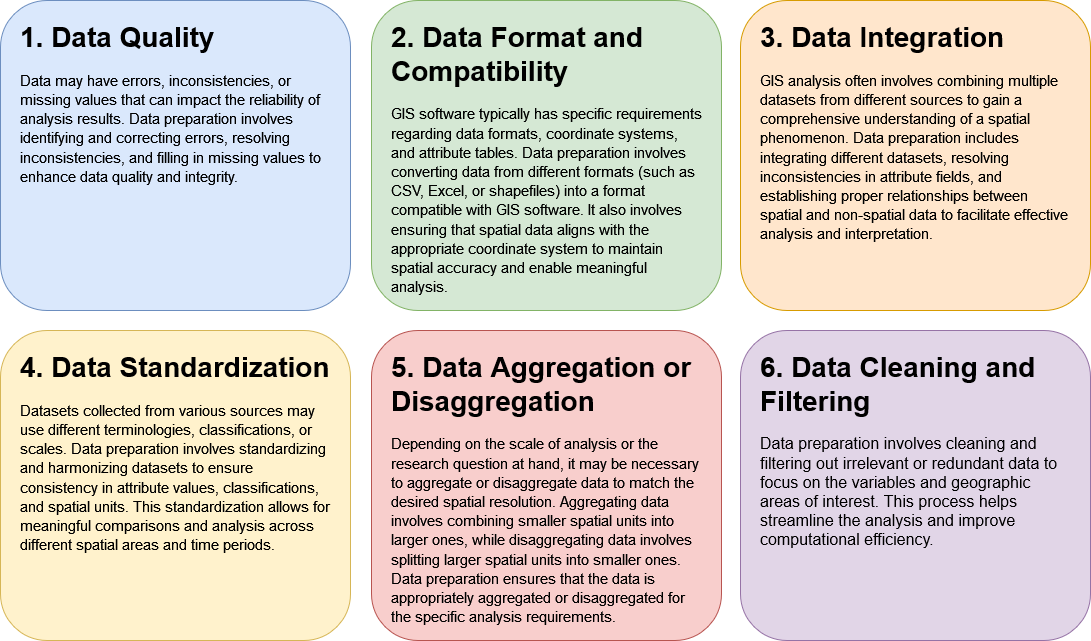
Before: Assets/3_Theory/3_Theory_data_preperation_reasons.drawio.png, a diagram exported from draw.io (haseeb-cb/fundamentals-of-gis). Source tidied: cells renumbered, new cells last; positions are measured from the earlier drawing's top-left corner, leaving out a move shared by most shapes.
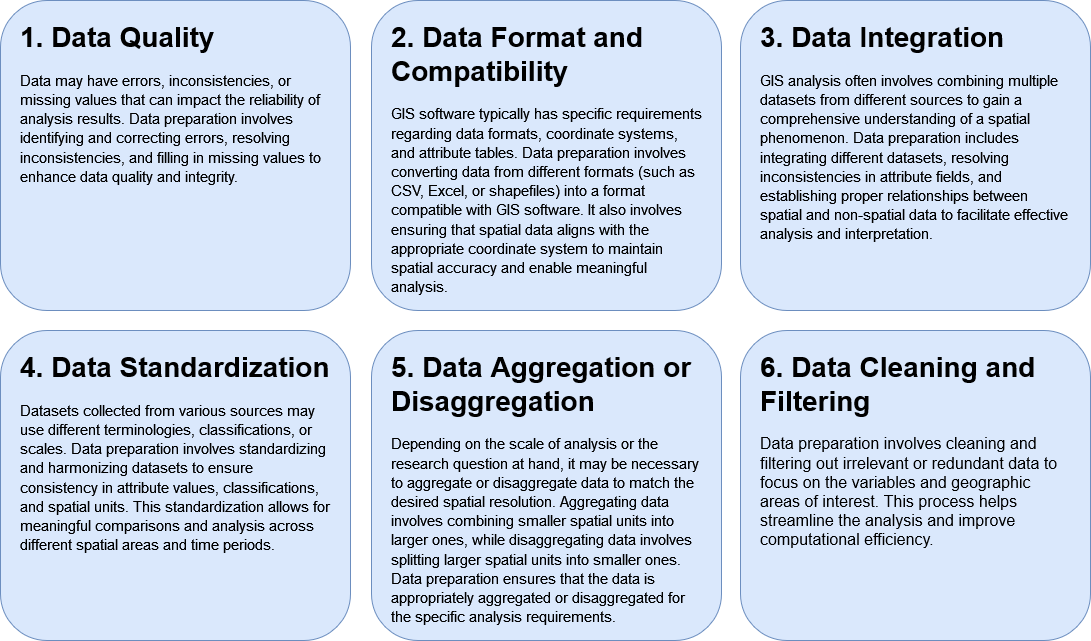
Above is the later version.

What changed in the source:
```diff
@@ -2,7 +2,7 @@
   <root>
     <mxCell id="0" />
     <mxCell id="1" parent="0" />
-    <mxCell id="2" style="rounded=1;whiteSpace=wrap;html=1;fillColor=#d5e8d4;strokeColor=#82b366;" parent="1" vertex="1">
+    <mxCell id="2" style="rounded=1;whiteSpace=wrap;html=1;fillColor=#dae8fc;strokeColor=#6c8ebf;" parent="1" vertex="1">
       <mxGeometry x="371" width="350" height="310" as="geometry" />
     </mxCell>
     <mxCell id="3" value="&lt;h1&gt;&lt;font style=&quot;font-size: 28px;&quot;&gt;&lt;font style=&quot;font-size: 28px;&quot;&gt;2. Data Format and Compatibility&lt;/font&gt;&lt;/font&gt;&lt;/h1&gt;&lt;p style=&quot;font-size: 16px;&quot;&gt;&lt;font style=&quot;font-size: 16px;&quot;&gt;&lt;font style=&quot;font-size: 16px;&quot;&gt;&lt;font style=&quot;font-size: 15px;&quot;&gt;GIS software typically has specific requirements regarding data formats, coordinate systems, and attribute tables. Data preparation involves converting data from different formats (such as CSV, Excel, or shapefiles) into a format compatible with GIS software. It also involves ensuring that spatial data aligns with the appropriate coordinate system to maintain spatial accuracy and enable meaningful analysis.&lt;/font&gt;&lt;/font&gt;&lt;/font&gt;&lt;/p&gt;" style="text;html=1;strokeColor=none;fillColor=none;spacing=5;spacingTop=-20;whiteSpace=wrap;overflow=hidden;rounded=0;" parent="1" vertex="1">
@@ -14,25 +14,25 @@
     <mxCell id="5" value="&lt;h1&gt;&lt;font style=&quot;font-size: 28px;&quot;&gt;&lt;font style=&quot;font-size: 28px;&quot;&gt;1. Data Quality&lt;br&gt;&lt;/font&gt;&lt;/font&gt;&lt;/h1&gt;&lt;p style=&quot;font-size: 16px;&quot;&gt;&lt;font style=&quot;font-size: 16px;&quot;&gt;&lt;font style=&quot;font-size: 16px;&quot;&gt;&lt;font style=&quot;font-size: 15px;&quot;&gt;Data may have errors, inconsistencies, or missing values that can impact the reliability of analysis results. Data preparation involves identifying and correcting errors, resolving inconsistencies, and filling in missing values to enhance data quality and integrity.&lt;/font&gt;&lt;/font&gt;&lt;/font&gt;&lt;/p&gt;" style="text;html=1;strokeColor=none;fillColor=none;spacing=5;spacingTop=-20;whiteSpace=wrap;overflow=hidden;rounded=0;" parent="1" vertex="1">
       <mxGeometry x="15" y="15" width="320" height="280" as="geometry" />
     </mxCell>
-    <mxCell id="6" style="rounded=1;whiteSpace=wrap;html=1;fillColor=#ffe6cc;strokeColor=#d79b00;" parent="1" vertex="1">
+    <mxCell id="6" style="rounded=1;whiteSpace=wrap;html=1;fillColor=#dae8fc;strokeColor=#6c8ebf;" parent="1" vertex="1">
       <mxGeometry x="740" width="350" height="310" as="geometry" />
     </mxCell>
     <mxCell id="7" value="&lt;h1&gt;&lt;font style=&quot;font-size: 28px;&quot;&gt;&lt;font style=&quot;font-size: 28px;&quot;&gt;3. Data Integration&lt;br&gt;&lt;/font&gt;&lt;/font&gt;&lt;/h1&gt;&lt;p style=&quot;font-size: 16px;&quot;&gt;&lt;font style=&quot;font-size: 16px;&quot;&gt;&lt;font style=&quot;font-size: 16px;&quot;&gt;&lt;font style=&quot;font-size: 15px;&quot;&gt;GIS analysis often involves combining multiple datasets from different sources to gain a comprehensive understanding of a spatial phenomenon. Data preparation includes integrating different datasets, resolving inconsistencies in attribute fields, and establishing proper relationships between spatial and non-spatial data to facilitate effective analysis and interpretation.&lt;/font&gt;&lt;/font&gt;&lt;/font&gt;&lt;/p&gt;" style="text;html=1;strokeColor=none;fillColor=none;spacing=5;spacingTop=-20;whiteSpace=wrap;overflow=hidden;rounded=0;" parent="1" vertex="1">
       <mxGeometry x="755" y="15" width="320" height="280" as="geometry" />
     </mxCell>
-    <mxCell id="8" style="rounded=1;whiteSpace=wrap;html=1;fillColor=#fff2cc;strokeColor=#d6b656;" parent="1" vertex="1">
+    <mxCell id="8" style="rounded=1;whiteSpace=wrap;html=1;fillColor=#dae8fc;strokeColor=#6c8ebf;" parent="1" vertex="1">
       <mxGeometry y="330" width="350" height="310" as="geometry" />
     </mxCell>
     <mxCell id="9" value="&lt;h1&gt;&lt;font style=&quot;font-size: 28px;&quot;&gt;&lt;font style=&quot;font-size: 28px;&quot;&gt;4. Data Standardization&lt;br&gt;&lt;/font&gt;&lt;/font&gt;&lt;/h1&gt;&lt;p style=&quot;font-size: 16px;&quot;&gt;&lt;font style=&quot;font-size: 16px;&quot;&gt;&lt;font style=&quot;font-size: 16px;&quot;&gt;&lt;font style=&quot;font-size: 15px;&quot;&gt;Datasets collected from various sources may use different terminologies, classifications, or scales. Data preparation involves standardizing and harmonizing datasets to ensure consistency in attribute values, classifications, and spatial units. This standardization allows for meaningful comparisons and analysis across different spatial areas and time periods.&lt;/font&gt;&lt;/font&gt;&lt;/font&gt;&lt;/p&gt;" style="text;html=1;strokeColor=none;fillColor=none;spacing=5;spacingTop=-20;whiteSpace=wrap;overflow=hidden;rounded=0;" parent="1" vertex="1">
       <mxGeometry x="15" y="345" width="320" height="280" as="geometry" />
     </mxCell>
-    <mxCell id="10" style="rounded=1;whiteSpace=wrap;html=1;fillColor=#f8cecc;strokeColor=#b85450;" parent="1" vertex="1">
+    <mxCell id="10" style="rounded=1;whiteSpace=wrap;html=1;fillColor=#dae8fc;strokeColor=#6c8ebf;" parent="1" vertex="1">
       <mxGeometry x="371" y="330" width="350" height="310" as="geometry" />
     </mxCell>
     <mxCell id="11" value="&lt;h1&gt;&lt;font style=&quot;font-size: 28px;&quot;&gt;&lt;font style=&quot;font-size: 28px;&quot;&gt;5. Data Aggregation or Disaggregation&lt;br&gt;&lt;/font&gt;&lt;/font&gt;&lt;/h1&gt;&lt;p style=&quot;font-size: 16px;&quot;&gt;&lt;font style=&quot;font-size: 16px;&quot;&gt;&lt;font style=&quot;font-size: 16px;&quot;&gt;&lt;font style=&quot;font-size: 15px;&quot;&gt;Depending on the scale of analysis or the research question at hand, it may be necessary to aggregate or disaggregate data to match the desired spatial resolution. Aggregating data involves combining smaller spatial units into larger ones, while disaggregating data involves splitting larger spatial units into smaller ones. Data preparation ensures that the data is appropriately aggregated or disaggregated for the specific analysis requirements.&lt;/font&gt;&lt;/font&gt;&lt;/font&gt;&lt;/p&gt;" style="text;html=1;strokeColor=none;fillColor=none;spacing=5;spacingTop=-20;whiteSpace=wrap;overflow=hidden;rounded=0;" parent="1" vertex="1">
       <mxGeometry x="386" y="345" width="320" height="280" as="geometry" />
     </mxCell>
-    <mxCell id="12" style="rounded=1;whiteSpace=wrap;html=1;fillColor=#e1d5e7;strokeColor=#9673a6;" parent="1" vertex="1">
+    <mxCell id="12" style="rounded=1;whiteSpace=wrap;html=1;fillColor=#dae8fc;strokeColor=#6c8ebf;" parent="1" vertex="1">
       <mxGeometry x="740" y="330" width="350" height="310" as="geometry" />
     </mxCell>
     <mxCell id="13" value="&lt;h1&gt;&lt;font style=&quot;font-size: 28px;&quot;&gt;&lt;font style=&quot;font-size: 28px;&quot;&gt;6. Data Cleaning and Filtering&lt;br&gt;&lt;/font&gt;&lt;/font&gt;&lt;/h1&gt;&lt;p style=&quot;font-size: 16px;&quot;&gt;&lt;font style=&quot;font-size: 16px;&quot;&gt;&lt;font style=&quot;font-size: 16px;&quot;&gt;Data preparation involves cleaning and filtering out irrelevant or redundant data to focus on the variables and geographic areas of interest. This process helps streamline the analysis and improve computational efficiency.&lt;/font&gt;&lt;/font&gt;&lt;/p&gt;" style="text;html=1;strokeColor=none;fillColor=none;spacing=5;spacingTop=-20;whiteSpace=wrap;overflow=hidden;rounded=0;" parent="1" vertex="1">
```
